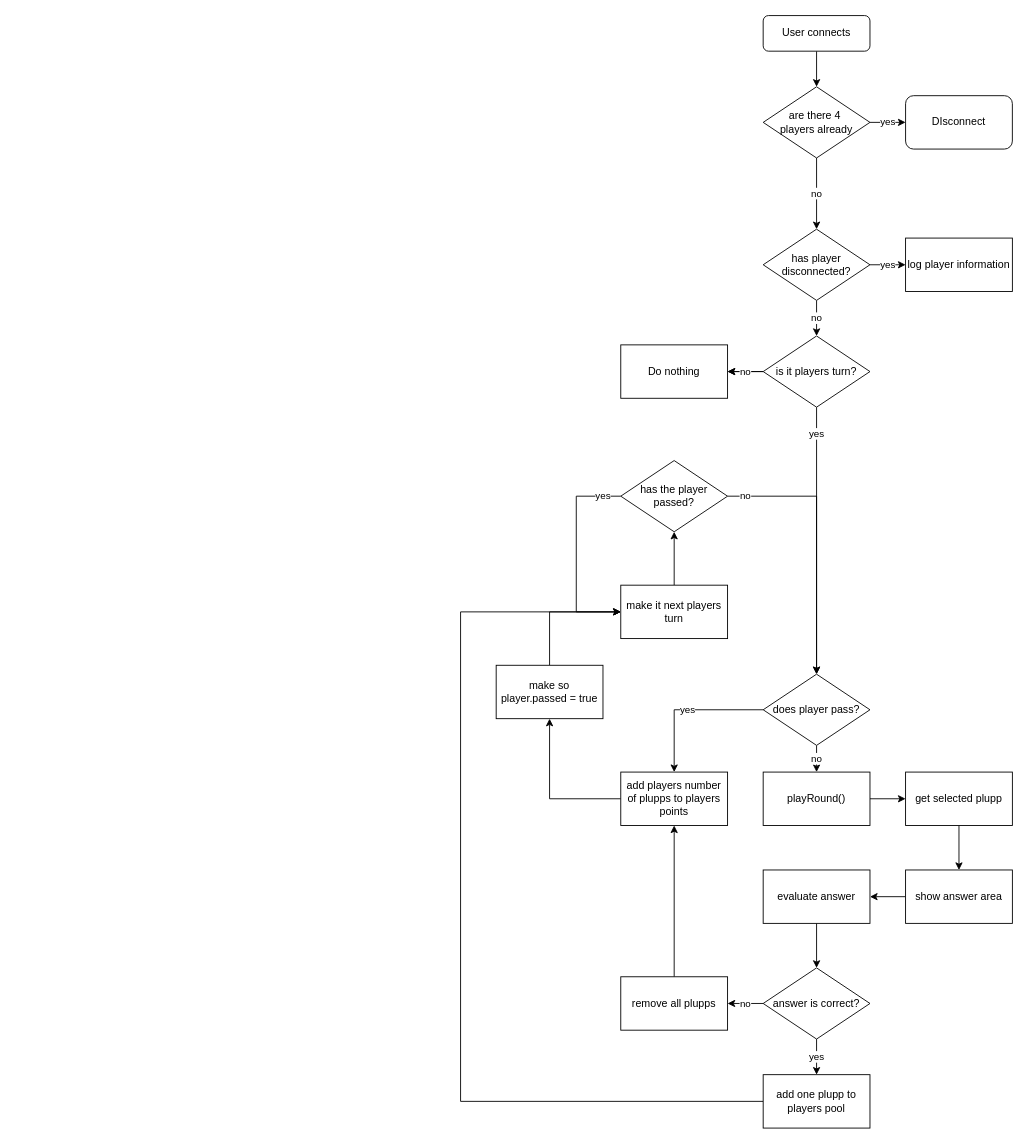
The draw.io diagram Untitled Diagram.drawio in barr3/Smart10, before the edit. Source tidied: cells renumbered, new cells numbered last; positions are measured from the earlier drawing's top-left corner, leaving out a move shared by most shapes. Both pictures are drawn from the tidied source at 89%, with x=0, y=0 at pixel (460, 15).
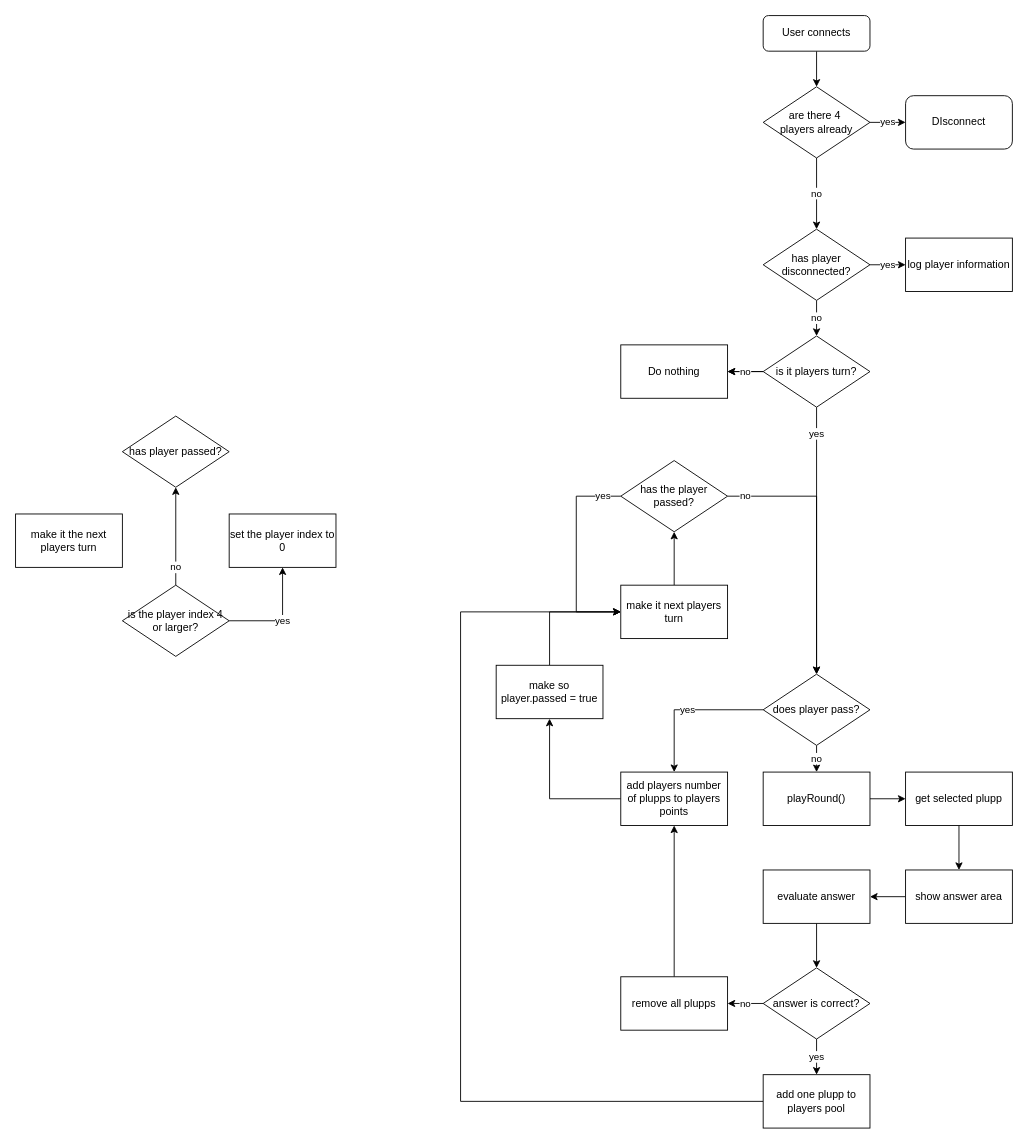
The same diagram, later.

Diff of the diagram source:
```diff
@@
+    <mxCell id="44" value="&lt;div&gt;yes&lt;/div&gt;" style="edgeStyle=orthogonalEdgeStyle;rounded=0;jettySize=auto;html=1;" parent="1" edge="1" source="46" target="47">
+      <mxGeometry relative="1" as="geometry">
+        <Array as="points">
+          <mxPoint x="-200" y="680" />
+        </Array>
+      </mxGeometry>
+    </mxCell>
+    <mxCell id="45" value="no" style="edgeStyle=orthogonalEdgeStyle;rounded=0;jettySize=auto;html=1;" parent="1" edge="1" source="46" target="48">
+      <mxGeometry x="-0.64" relative="1" as="geometry" />
+    </mxCell>
+    <mxCell id="46" value="is the  player index 4 or larger?" style="rhombus;whiteSpace=wrap;html=1;" parent="1" vertex="1">
+      <mxGeometry x="-380" y="640" width="120" height="80" as="geometry" />
+    </mxCell>
+    <mxCell id="47" value="set the player index to 0" style="whiteSpace=wrap;html=1;" parent="1" vertex="1">
+      <mxGeometry x="-260" y="560" width="120" height="60" as="geometry" />
+    </mxCell>
+    <mxCell id="48" value="has player passed?" style="rhombus;whiteSpace=wrap;html=1;" parent="1" vertex="1">
+      <mxGeometry x="-380" y="450" width="120" height="80" as="geometry" />
+    </mxCell>
+    <mxCell id="49" value="make it the next players turn" style="whiteSpace=wrap;html=1;" parent="1" vertex="1">
+      <mxGeometry x="-500" y="560" width="120" height="60" as="geometry" />
+    </mxCell>
```
